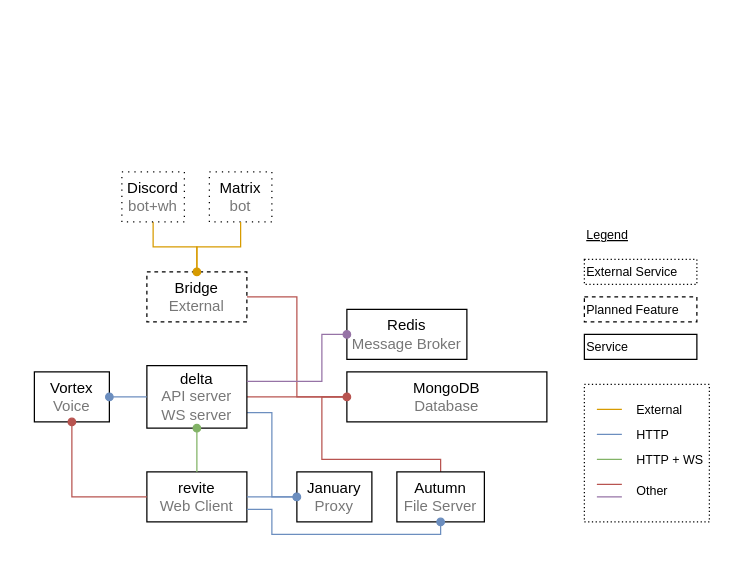
revoltchat/documentation keeps this draw.io diagram as static/img/diagrams/Revolt Architecture.drawio. Above is the earlier version. Source tidied: cells renumbered, new cells numbered last; positions are measured from the earlier drawing's top-left corner, leaving out a move shared by most shapes. Both pictures are drawn from the tidied source at 125%, with x=0, y=0 at pixel (34, 171).
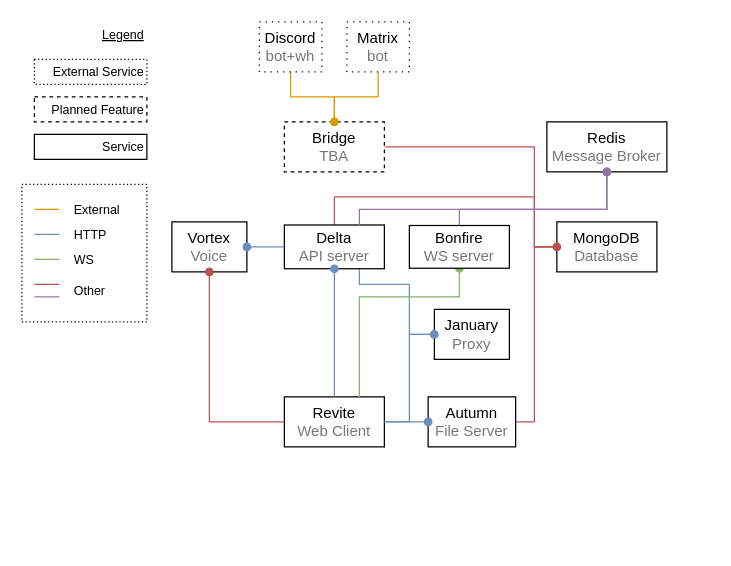
The same diagram, later.

What changed in the source:
```diff
@@
     <mxCell id="2" style="rounded=0;whiteSpace=wrap;html=1;dashed=1;dashPattern=1 2;fontSize=10;align=left;" parent="1" vertex="1">
-      <mxGeometry x="440" y="170" width="100" height="110" as="geometry" />
+      <mxGeometry x="-10" y="10" width="100" height="110" as="geometry" />
     </mxCell>
     <mxCell id="3" style="edgeStyle=orthogonalEdgeStyle;rounded=0;jettySize=auto;html=1;exitX=1;exitY=0.5;exitDx=0;exitDy=0;entryX=0;entryY=0.5;entryDx=0;entryDy=0;endArrow=none;endFill=0;strokeColor=#b85450;fillColor=#f8cecc;" parent="1" edge="1" source="5" target="7">
-      <mxGeometry relative="1" as="geometry" />
+      <mxGeometry relative="1" as="geometry">
+        <Array as="points">
+          <mxPoint x="240" y="60" />
+          <mxPoint x="240" y="20" />
+          <mxPoint x="400" y="20" />
+          <mxPoint x="400" y="60" />
+        </Array>
+      </mxGeometry>
     </mxCell>
-    <mxCell id="4" style="edgeStyle=orthogonalEdgeStyle;rounded=0;jettySize=auto;html=1;exitX=1;exitY=0.75;exitDx=0;exitDy=0;startArrow=none;startFill=0;endArrow=oval;endFill=1;strokeColor=#6c8ebf;fillColor=#dae8fc;" parent="1" edge="1" source="5">
+    <mxCell id="4" style="edgeStyle=orthogonalEdgeStyle;rounded=0;jettySize=auto;html=1;startArrow=none;startFill=0;endArrow=oval;endFill=1;strokeColor=#6c8ebf;fillColor=#dae8fc;entryX=0;entryY=0.5;entryDx=0;entryDy=0;exitX=0.75;exitY=1;exitDx=0;exitDy=0;" parent="1" edge="1" source="5" target="16">
       <mxGeometry relative="1" as="geometry">
-        <mxPoint x="210" y="260" as="targetPoint" />
         <Array as="points">
-          <mxPoint x="190" y="193" />
-          <mxPoint x="190" y="260" />
+          <mxPoint x="260" y="90" />
+          <mxPoint x="300" y="90" />
+          <mxPoint x="300" y="130" />
         </Array>
       </mxGeometry>
     </mxCell>
-    <mxCell id="5" value="&lt;div&gt;delta&lt;/div&gt;&lt;div&gt;&lt;font color=&quot;#777&quot;&gt;API server&lt;br&gt;WS server&lt;/font&gt;&lt;br&gt;&lt;/div&gt;" style="rounded=0;whiteSpace=wrap;html=1;" parent="1" vertex="1">
-      <mxGeometry x="90" y="155" width="80" height="50" as="geometry" />
+    <mxCell id="5" value="&lt;div&gt;Delta&lt;/div&gt;&lt;div&gt;&lt;font color=&quot;#777&quot;&gt;API server&lt;/font&gt;&lt;br&gt;&lt;/div&gt;" style="rounded=0;whiteSpace=wrap;html=1;" parent="1" vertex="1">
+      <mxGeometry x="200" y="42.5" width="80" height="35" as="geometry" />
     </mxCell>
-    <mxCell id="6" style="edgeStyle=orthogonalEdgeStyle;rounded=0;jettySize=auto;html=1;exitX=0;exitY=0.5;exitDx=0;exitDy=0;entryX=0.5;entryY=0;entryDx=0;entryDy=0;startArrow=none;startFill=0;endArrow=none;endFill=0;strokeColor=#b85450;fillColor=#f8cecc;" parent="1" edge="1" source="7" target="18">
+    <mxCell id="6" style="edgeStyle=orthogonalEdgeStyle;rounded=0;jettySize=auto;html=1;exitX=0;exitY=0.5;exitDx=0;exitDy=0;entryX=1;entryY=0.5;entryDx=0;entryDy=0;startArrow=none;startFill=0;endArrow=none;endFill=0;strokeColor=#b85450;fillColor=#f8cecc;" parent="1" edge="1" source="7" target="18">
       <mxGeometry relative="1" as="geometry">
         <Array as="points">
-          <mxPoint x="230" y="180" />
-          <mxPoint x="230" y="230" />
-          <mxPoint x="325" y="230" />
+          <mxPoint x="400" y="60" />
+          <mxPoint x="400" y="200" />
         </Array>
       </mxGeometry>
     </mxCell>
     <mxCell id="7" value="&lt;div&gt;MongoDB&lt;/div&gt;&lt;div&gt;&lt;font color=&quot;#777&quot;&gt;Database&lt;/font&gt;&lt;/div&gt;" style="rounded=0;whiteSpace=wrap;html=1;" parent="1" vertex="1">
-      <mxGeometry x="250" y="160" width="160" height="40" as="geometry" />
+      <mxGeometry x="418" y="40" width="80" height="40" as="geometry" />
     </mxCell>
-    <mxCell id="8" value="&lt;div&gt;revite&lt;/div&gt;&lt;div&gt;&lt;font color=&quot;#777&quot;&gt;Web Client&lt;/font&gt;&lt;br&gt;&lt;/div&gt;" style="rounded=0;whiteSpace=wrap;html=1;" parent="1" vertex="1">
-      <mxGeometry x="90" y="240" width="80" height="40" as="geometry" />
+    <mxCell id="8" value="&lt;div&gt;Revite&lt;/div&gt;&lt;div&gt;&lt;font color=&quot;#777&quot;&gt;Web Client&lt;/font&gt;&lt;br&gt;&lt;/div&gt;" style="rounded=0;whiteSpace=wrap;html=1;" parent="1" vertex="1">
+      <mxGeometry x="200" y="180" width="80" height="40" as="geometry" />
     </mxCell>
     <mxCell id="9" style="edgeStyle=orthogonalEdgeStyle;rounded=0;jettySize=auto;html=1;exitX=1;exitY=0.5;exitDx=0;exitDy=0;entryX=0;entryY=0.5;entryDx=0;entryDy=0;endArrow=oval;endFill=1;fillColor=#f8cecc;strokeColor=#b85450;" parent="1" edge="1" source="11" target="7">
-      <mxGeometry relative="1" as="geometry" />
+      <mxGeometry relative="1" as="geometry">
+        <Array as="points">
+          <mxPoint x="400" y="-20" />
+          <mxPoint x="400" y="60" />
+        </Array>
+      </mxGeometry>
     </mxCell>
     <mxCell id="10" style="edgeStyle=orthogonalEdgeStyle;rounded=0;jettySize=auto;html=1;endArrow=none;endFill=0;strokeColor=#d79b00;fillColor=#ffe6cc;" parent="1" edge="1" source="11" target="12">
       <mxGeometry relative="1" as="geometry">
         <Array as="points">
-          <mxPoint x="130" y="60" />
-          <mxPoint x="95" y="60" />
+          <mxPoint x="240" y="-60" />
+          <mxPoint x="205" y="-60" />
         </Array>
       </mxGeometry>
     </mxCell>
-    <mxCell id="11" value="&lt;div&gt;Bridge&lt;/div&gt;&lt;div&gt;&lt;font color=&quot;#777&quot;&gt; External&lt;/font&gt;&lt;br&gt;&lt;/div&gt;" style="rounded=0;whiteSpace=wrap;html=1;dashed=1;" parent="1" vertex="1">
-      <mxGeometry x="90" y="80" width="80" height="40" as="geometry" />
+    <mxCell id="11" value="&lt;div&gt;Bridge&lt;/div&gt;&lt;div&gt;&lt;font color=&quot;#777&quot;&gt; TBA&lt;/font&gt;&lt;br&gt;&lt;/div&gt;" style="rounded=0;whiteSpace=wrap;html=1;dashed=1;" parent="1" vertex="1">
+      <mxGeometry x="200" y="-40" width="80" height="40" as="geometry" />
     </mxCell>
     <mxCell id="12" value="&lt;div&gt;Discord&lt;/div&gt;&lt;div&gt;&lt;font color=&quot;#777&quot;&gt;bot+wh&lt;/font&gt;&lt;br&gt;&lt;/div&gt;" style="whiteSpace=wrap;html=1;rounded=0;dashed=1;dashPattern=1 4;" parent="1" vertex="1">
-      <mxGeometry x="70" width="50" height="40" as="geometry" />
+      <mxGeometry x="180" y="-120" width="50" height="40" as="geometry" />
     </mxCell>
     <mxCell id="13" value="&lt;div&gt;Matrix&lt;/div&gt;&lt;div&gt;&lt;font color=&quot;#777&quot;&gt;bot&lt;/font&gt;&lt;br&gt;&lt;/div&gt;" style="whiteSpace=wrap;html=1;rounded=0;dashed=1;dashPattern=1 4;" parent="1" vertex="1">
-      <mxGeometry x="140" width="50" height="40" as="geometry" />
+      <mxGeometry x="250" y="-120" width="50" height="40" as="geometry" />
     </mxCell>
@@
-    <mxCell id="15" style="edgeStyle=orthogonalEdgeStyle;rounded=0;jettySize=auto;html=1;exitX=0.5;exitY=1;exitDx=0;exitDy=0;entryX=0.5;entryY=0;entryDx=0;entryDy=0;startArrow=oval;startFill=1;endArrow=none;endFill=0;strokeColor=#82b366;fillColor=#d5e8d4;" parent="1" edge="1" source="5" target="8">
-      <mxGeometry relative="1" as="geometry" />
+    <mxCell id="15" style="edgeStyle=orthogonalEdgeStyle;rounded=0;jettySize=auto;html=1;exitX=0.5;exitY=1;exitDx=0;exitDy=0;startArrow=oval;startFill=1;endArrow=none;endFill=0;strokeColor=#82b366;fillColor=#d5e8d4;entryX=0.75;entryY=0;entryDx=0;entryDy=0;" parent="1" edge="1" source="38" target="8">
+      <mxGeometry relative="1" as="geometry">
+        <Array as="points">
+          <mxPoint x="340" y="100" />
+          <mxPoint x="260" y="100" />
+        </Array>
+      </mxGeometry>
     </mxCell>
     <mxCell id="16" value="&lt;div&gt;January&lt;/div&gt;&lt;div&gt;&lt;font color=&quot;#777&quot;&gt;Proxy&lt;/font&gt;&lt;br&gt;&lt;/div&gt;" style="rounded=0;whiteSpace=wrap;html=1;" parent="1" vertex="1">
-      <mxGeometry x="210" y="240" width="60" height="40" as="geometry" />
+      <mxGeometry x="320" y="110" width="60" height="40" as="geometry" />
     </mxCell>
     <mxCell id="17" style="edgeStyle=orthogonalEdgeStyle;rounded=0;jettySize=auto;html=1;exitX=1;exitY=0.5;exitDx=0;exitDy=0;entryX=0;entryY=0.5;entryDx=0;entryDy=0;startArrow=none;startFill=0;endArrow=oval;endFill=1;strokeColor=#6c8ebf;fillColor=#dae8fc;" parent="1" edge="1" source="8" target="16">
-      <mxGeometry relative="1" as="geometry" />
+      <mxGeometry relative="1" as="geometry">
+        <Array as="points">
+          <mxPoint x="300" y="200" />
+          <mxPoint x="300" y="130" />
+        </Array>
+      </mxGeometry>
     </mxCell>
     <mxCell id="18" value="&lt;div&gt;Autumn&lt;/div&gt;&lt;div&gt;&lt;font color=&quot;#777&quot;&gt;File Server&lt;/font&gt;&lt;br&gt;&lt;/div&gt;" style="rounded=0;whiteSpace=wrap;html=1;" parent="1" vertex="1">
-      <mxGeometry x="290" y="240" width="70" height="40" as="geometry" />
+      <mxGeometry x="315" y="180" width="70" height="40" as="geometry" />
     </mxCell>
-    <mxCell id="19" style="edgeStyle=orthogonalEdgeStyle;rounded=0;jettySize=auto;html=1;exitX=1;exitY=0.75;exitDx=0;exitDy=0;entryX=0.5;entryY=1;entryDx=0;entryDy=0;startArrow=none;startFill=0;endArrow=oval;endFill=1;strokeColor=#6c8ebf;fillColor=#dae8fc;" parent="1" edge="1" source="8" target="18">
+    <mxCell id="19" style="edgeStyle=orthogonalEdgeStyle;rounded=0;jettySize=auto;html=1;entryX=0;entryY=0.5;entryDx=0;entryDy=0;startArrow=none;startFill=0;endArrow=oval;endFill=1;strokeColor=#6c8ebf;fillColor=#dae8fc;" parent="1" edge="1" target="18">
       <mxGeometry relative="1" as="geometry">
-        <Array as="points">
-          <mxPoint x="190" y="270" />
-          <mxPoint x="190" y="290" />
-          <mxPoint x="325" y="290" />
-        </Array>
+        <mxPoint x="280" y="200" as="sourcePoint" />
       </mxGeometry>
     </mxCell>
     <mxCell id="20" value="&lt;div&gt;Redis&lt;/div&gt;&lt;div&gt;&lt;font color=&quot;#777&quot;&gt; Message Broker&lt;/font&gt;&lt;br&gt;&lt;/div&gt;" style="rounded=0;whiteSpace=wrap;html=1;" parent="1" vertex="1">
-      <mxGeometry x="250" y="110" width="96" height="40" as="geometry" />
+      <mxGeometry x="410" y="-40" width="96" height="40" as="geometry" />
     </mxCell>
     <mxCell id="21" value="&lt;div&gt;Vortex&lt;/div&gt;&lt;div&gt;&lt;font color=&quot;#777&quot;&gt;Voice&lt;/font&gt;&lt;br&gt;&lt;/div&gt;" style="rounded=0;whiteSpace=wrap;html=1;" parent="1" vertex="1">
-      <mxGeometry y="160" width="60" height="40" as="geometry" />
+      <mxGeometry x="110" y="40" width="60" height="40" as="geometry" />
     </mxCell>
@@
     <mxCell id="24" value="External" style="text;html=1;strokeColor=none;fillColor=none;align=left;verticalAlign=middle;whiteSpace=wrap;rounded=0;dashed=1;dashPattern=1 4;fontSize=10;" parent="1" vertex="1">
-      <mxGeometry x="480" y="180" width="60" height="20" as="geometry" />
+      <mxGeometry x="30" y="20" width="60" height="20" as="geometry" />
     </mxCell>
     <mxCell id="25" style="endArrow=none;html=1;fontSize=10;strokeColor=#d79b00;fillColor=#ffe6cc;" parent="1" edge="1">
       <mxGeometry relative="1" as="geometry">
-        <mxPoint x="450" y="190" as="sourcePoint" />
-        <mxPoint x="470" y="190" as="targetPoint" />
+        <mxPoint y="30" as="sourcePoint" />
+        <mxPoint x="20" y="30" as="targetPoint" />
       </mxGeometry>
     </mxCell>
     <mxCell id="26" value="Other" style="text;html=1;strokeColor=none;fillColor=none;align=left;verticalAlign=middle;whiteSpace=wrap;rounded=0;dashed=1;dashPattern=1 4;fontSize=10;" parent="1" vertex="1">
-      <mxGeometry x="480" y="240" width="60" height="30" as="geometry" />
+      <mxGeometry x="30" y="80" width="60" height="30" as="geometry" />
     </mxCell>
     <mxCell id="27" style="endArrow=none;html=1;fontSize=10;strokeColor=#b85450;fillColor=#f8cecc;" parent="1" edge="1">
       <mxGeometry relative="1" as="geometry">
-        <mxPoint x="450" y="250" as="sourcePoint" />
-        <mxPoint x="470" y="250" as="targetPoint" />
+        <mxPoint y="90" as="sourcePoint" />
+        <mxPoint x="20" y="90" as="targetPoint" />
       </mxGeometry>
     </mxCell>
     <mxCell id="28" value="HTTP" style="text;html=1;strokeColor=none;fillColor=none;align=left;verticalAlign=middle;whiteSpace=wrap;rounded=0;dashed=1;dashPattern=1 4;fontSize=10;" parent="1" vertex="1">
-      <mxGeometry x="480" y="200" width="60" height="20" as="geometry" />
+      <mxGeometry x="30" y="40" width="60" height="20" as="geometry" />
     </mxCell>
     <mxCell id="29" style="endArrow=none;html=1;fontSize=10;strokeColor=#6c8ebf;fillColor=#dae8fc;" parent="1" edge="1">
       <mxGeometry relative="1" as="geometry">
-        <mxPoint x="450" y="210" as="sourcePoint" />
-        <mxPoint x="470" y="210" as="targetPoint" />
+        <mxPoint y="50" as="sourcePoint" />
+        <mxPoint x="20" y="50" as="targetPoint" />
       </mxGeometry>
     </mxCell>
-    <mxCell id="30" value="HTTP + WS" style="text;html=1;strokeColor=none;fillColor=none;align=left;verticalAlign=middle;whiteSpace=wrap;rounded=0;dashed=1;dashPattern=1 4;fontSize=10;" parent="1" vertex="1">
-      <mxGeometry x="480" y="220" width="60" height="20" as="geometry" />
+    <mxCell id="30" value="WS" style="text;html=1;strokeColor=none;fillColor=none;align=left;verticalAlign=middle;whiteSpace=wrap;rounded=0;dashed=1;dashPattern=1 4;fontSize=10;" parent="1" vertex="1">
+      <mxGeometry x="30" y="60" width="60" height="20" as="geometry" />
     </mxCell>
     <mxCell id="31" style="endArrow=none;html=1;fontSize=10;strokeColor=#82b366;fillColor=#d5e8d4;" parent="1" edge="1">
       <mxGeometry relative="1" as="geometry">
-        <mxPoint x="450" y="230" as="sourcePoint" />
-        <mxPoint x="470" y="230" as="targetPoint" />
+        <mxPoint y="70" as="sourcePoint" />
+        <mxPoint x="20" y="70" as="targetPoint" />
       </mxGeometry>
     </mxCell>
-    <mxCell id="32" value="&lt;u&gt;Legend&lt;/u&gt;" style="text;html=1;strokeColor=none;fillColor=none;align=left;verticalAlign=middle;whiteSpace=wrap;rounded=0;dashed=1;dashPattern=1 2;fontSize=10;" parent="1" vertex="1">
-      <mxGeometry x="440" y="40" width="40" height="20" as="geometry" />
+    <mxCell id="32" value="&lt;u&gt;Legend&lt;/u&gt;" style="text;html=1;strokeColor=none;fillColor=none;align=right;verticalAlign=middle;whiteSpace=wrap;rounded=0;dashed=1;dashPattern=1 2;fontSize=10;" parent="1" vertex="1">
+      <mxGeometry x="50" y="-120" width="40" height="20" as="geometry" />
     </mxCell>
-    <mxCell id="33" value="External Service" style="rounded=0;whiteSpace=wrap;html=1;dashed=1;dashPattern=1 2;fontSize=10;align=left;" parent="1" vertex="1">
-      <mxGeometry x="440" y="70" width="90" height="20" as="geometry" />
+    <mxCell id="33" value="External Service" style="rounded=0;whiteSpace=wrap;html=1;dashed=1;dashPattern=1 2;fontSize=10;align=right;" parent="1" vertex="1">
+      <mxGeometry y="-90" width="90" height="20" as="geometry" />
     </mxCell>
-    <mxCell id="34" value="Planned Feature" style="rounded=0;whiteSpace=wrap;html=1;dashed=1;fontSize=10;align=left;" parent="1" vertex="1">
-      <mxGeometry x="440" y="100" width="90" height="20" as="geometry" />
+    <mxCell id="34" value="Planned Feature" style="rounded=0;whiteSpace=wrap;html=1;dashed=1;fontSize=10;align=right;" parent="1" vertex="1">
+      <mxGeometry y="-60" width="90" height="20" as="geometry" />
     </mxCell>
-    <mxCell id="35" value="Service" style="rounded=0;whiteSpace=wrap;html=1;fontSize=10;align=left;" parent="1" vertex="1">
-      <mxGeometry x="440" y="130" width="90" height="20" as="geometry" />
+    <mxCell id="35" value="Service" style="rounded=0;whiteSpace=wrap;html=1;fontSize=10;align=right;" parent="1" vertex="1">
+      <mxGeometry y="-30" width="90" height="20" as="geometry" />
     </mxCell>
-    <mxCell id="36" style="edgeStyle=orthogonalEdgeStyle;rounded=0;jettySize=auto;html=1;entryX=1;entryY=0.25;entryDx=0;entryDy=0;fillColor=#e1d5e7;strokeColor=#9673a6;endArrow=none;endFill=0;startArrow=oval;startFill=1;" parent="1" edge="1" source="20" target="5">
+    <mxCell id="36" style="edgeStyle=orthogonalEdgeStyle;rounded=0;jettySize=auto;html=1;fillColor=#e1d5e7;strokeColor=#9673a6;endArrow=none;endFill=0;startArrow=oval;startFill=1;entryX=0.75;entryY=0;entryDx=0;entryDy=0;" parent="1" edge="1" source="20" target="5">
       <mxGeometry relative="1" as="geometry">
         <Array as="points">
-          <mxPoint x="230" y="130" />
-          <mxPoint x="230" y="168" />
-          <mxPoint x="170" y="168" />
+          <mxPoint x="458" y="30" />
+          <mxPoint x="260" y="30" />
         </Array>
       </mxGeometry>
     </mxCell>
     <mxCell id="37" style="endArrow=none;html=1;fontSize=10;strokeColor=#9673a6;fillColor=#e1d5e7;" parent="1" edge="1">
       <mxGeometry relative="1" as="geometry">
-        <mxPoint x="450" y="260" as="sourcePoint" />
-        <mxPoint x="470" y="260" as="targetPoint" />
+        <mxPoint y="100" as="sourcePoint" />
+        <mxPoint x="20" y="100" as="targetPoint" />
       </mxGeometry>
     </mxCell>
+    <mxCell id="38" value="&lt;div&gt;Bonfire&lt;/div&gt;&lt;div&gt;&lt;font color=&quot;#777&quot;&gt;WS server&lt;/font&gt;&lt;br&gt;&lt;/div&gt;" style="rounded=0;whiteSpace=wrap;html=1;" parent="1" vertex="1">
+      <mxGeometry x="300" y="42.9" width="80" height="34.2" as="geometry" />
+    </mxCell>
+    <mxCell id="39" style="edgeStyle=orthogonalEdgeStyle;rounded=0;jettySize=auto;html=1;exitX=0.5;exitY=0;exitDx=0;exitDy=0;entryX=0.5;entryY=1;entryDx=0;entryDy=0;startArrow=none;startFill=0;endArrow=oval;endFill=1;strokeColor=#6c8ebf;fillColor=#dae8fc;" parent="1" edge="1" source="8" target="5">
+      <mxGeometry relative="1" as="geometry" />
+    </mxCell>
+    <mxCell id="40" style="edgeStyle=orthogonalEdgeStyle;rounded=0;jettySize=auto;html=1;fillColor=#e1d5e7;strokeColor=#9673a6;endArrow=none;endFill=0;startArrow=oval;startFill=1;entryX=0.5;entryY=0;entryDx=0;entryDy=0;exitX=0.5;exitY=1;exitDx=0;exitDy=0;" parent="1" edge="1" source="20" target="38">
+      <mxGeometry relative="1" as="geometry">
+        <Array as="points">
+          <mxPoint x="458" y="30" />
+          <mxPoint x="340" y="30" />
+        </Array>
+      </mxGeometry>
+    </mxCell>
```
